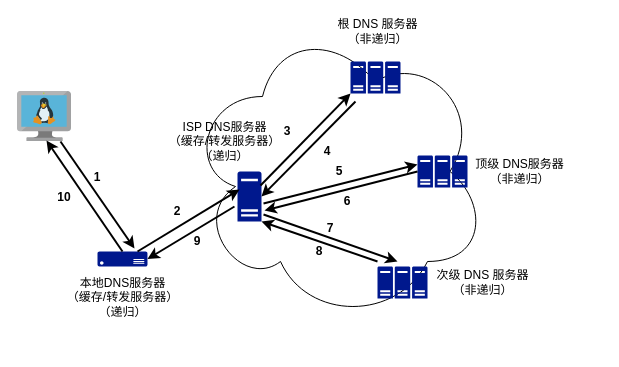
Before: dnssearch.drawio in ctimbai/draw.io, a draw.io diagram. Source tidied: cells renumbered, new cells numbered last; positions are measured from the earlier drawing's top-left corner, leaving out a move shared by most shapes. Both pictures are drawn from the tidied source at 100%, with x=0, y=0 at pixel (17, 21).
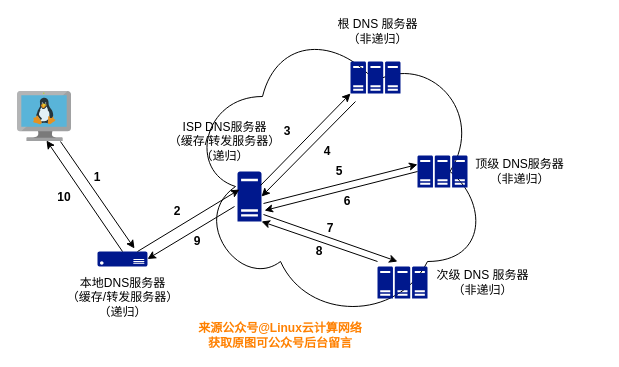
After the change.

The change refers to these unchanged cells:
```xml
<mxCell id="3" style="html=1;points=[];align=center;image;fontSize=12;image=img/lib/mscae/VM_Linux.svg;" parent="1" vertex="1">
  <mxGeometry y="70" width="54" height="50" as="geometry" />
</mxCell>
<mxCell id="4" style="shadow=0;dashed=0;html=1;strokeColor=none;labelPosition=center;verticalLabelPosition=bottom;verticalAlign=top;align=center;fillColor=#00188D;shape=mxgraph.mscae.enterprise.server_generic;" parent="1" vertex="1">
  <mxGeometry x="220" y="150" width="24" height="50" as="geometry" />
</mxCell>
<mxCell id="5" style="shadow=0;dashed=0;html=1;strokeColor=none;labelPosition=center;verticalLabelPosition=bottom;verticalAlign=top;align=center;fillColor=#00188D;shape=mxgraph.azure.server;" parent="1" vertex="1">
  <mxGeometry x="80" y="230" width="50" height="15" as="geometry" />
</mxCell>
<mxCell id="6" style="shadow=0;dashed=0;html=1;strokeColor=none;labelPosition=center;verticalLabelPosition=bottom;verticalAlign=top;align=center;fillColor=#00188D;shape=mxgraph.mscae.enterprise.server_farm;" parent="1" vertex="1">
  <mxGeometry x="333" y="40" width="50" height="32" as="geometry" />
</mxCell>
<mxCell id="7" style="shadow=0;dashed=0;html=1;strokeColor=none;labelPosition=center;verticalLabelPosition=bottom;verticalAlign=top;align=center;fillColor=#00188D;shape=mxgraph.mscae.enterprise.server_farm;" parent="1" vertex="1">
  <mxGeometry x="400" y="134" width="50" height="32" as="geometry" />
</mxCell>
```

The edit, as a diff of the source:
```diff
@@
-    <mxCell id="9" style="endArrow=classic;html=1;exitX=0.796;exitY=1;exitDx=0;exitDy=0;exitPerimeter=0;entryX=0.74;entryY=-0.2;entryDx=0;entryDy=0;entryPerimeter=0;strokeWidth=2;" parent="1" edge="1" source="3" target="5">
+    <mxCell id="9" style="endArrow=classic;html=1;exitX=0.796;exitY=1;exitDx=0;exitDy=0;exitPerimeter=0;entryX=0.74;entryY=-0.2;entryDx=0;entryDy=0;entryPerimeter=0;strokeWidth=1;" parent="1" edge="1" source="3" target="5">
       <mxGeometry relative="1" as="geometry" />
     </mxCell>
-    <mxCell id="10" style="endArrow=classic;html=1;entryX=0.083;entryY=0.36;entryDx=0;entryDy=0;entryPerimeter=0;strokeWidth=2;" parent="1" edge="1" target="4">
+    <mxCell id="10" style="endArrow=classic;html=1;entryX=0.083;entryY=0.36;entryDx=0;entryDy=0;entryPerimeter=0;strokeWidth=1;" parent="1" edge="1" target="4">
       <mxGeometry relative="1" as="geometry">
         <mxPoint x="120" y="230" as="sourcePoint" />
       </mxGeometry>
     </mxCell>
-    <mxCell id="11" style="endArrow=classic;html=1;exitX=0.958;exitY=0.28;exitDx=0;exitDy=0;exitPerimeter=0;entryX=0;entryY=1;entryDx=0;entryDy=0;entryPerimeter=0;strokeWidth=2;" parent="1" edge="1" source="4" target="6">
+    <mxCell id="11" style="endArrow=classic;html=1;exitX=0.958;exitY=0.28;exitDx=0;exitDy=0;exitPerimeter=0;entryX=0;entryY=1;entryDx=0;entryDy=0;entryPerimeter=0;strokeWidth=1;" parent="1" edge="1" source="4" target="6">
       <mxGeometry relative="1" as="geometry" />
     </mxCell>
-    <mxCell id="12" style="endArrow=classic;html=1;entryX=1;entryY=0.5;entryDx=0;entryDy=0;entryPerimeter=0;strokeWidth=2;" parent="1" edge="1" target="4">
+    <mxCell id="12" style="endArrow=classic;html=1;entryX=1;entryY=0.5;entryDx=0;entryDy=0;entryPerimeter=0;strokeWidth=1;" parent="1" edge="1" target="4">
       <mxGeometry relative="1" as="geometry">
         <mxPoint x="338" y="80" as="sourcePoint" />
       </mxGeometry>
     </mxCell>
-    <mxCell id="13" style="endArrow=classic;html=1;exitX=1.083;exitY=0.64;exitDx=0;exitDy=0;exitPerimeter=0;entryX=0;entryY=0.281;entryDx=0;entryDy=0;entryPerimeter=0;strokeWidth=2;" parent="1" edge="1" source="4" target="7">
+    <mxCell id="13" style="endArrow=classic;html=1;exitX=1.083;exitY=0.64;exitDx=0;exitDy=0;exitPerimeter=0;entryX=0;entryY=0.281;entryDx=0;entryDy=0;entryPerimeter=0;strokeWidth=1;" parent="1" edge="1" source="4" target="7">
       <mxGeometry relative="1" as="geometry" />
     </mxCell>
-    <mxCell id="14" style="endArrow=classic;html=1;entryX=1.125;entryY=0.84;entryDx=0;entryDy=0;entryPerimeter=0;strokeWidth=2;" parent="1" edge="1">
+    <mxCell id="14" style="endArrow=classic;html=1;entryX=1.125;entryY=0.84;entryDx=0;entryDy=0;entryPerimeter=0;strokeWidth=1;" parent="1" edge="1">
       <mxGeometry relative="1" as="geometry">
         <mxPoint x="400" y="150" as="sourcePoint" />
         <mxPoint x="247" y="189" as="targetPoint" />
       </mxGeometry>
     </mxCell>
-    <mxCell id="15" style="endArrow=classic;html=1;exitX=1.083;exitY=0.8;exitDx=0;exitDy=0;exitPerimeter=0;strokeWidth=2;" parent="1" edge="1">
+    <mxCell id="15" style="endArrow=classic;html=1;exitX=1.083;exitY=0.8;exitDx=0;exitDy=0;exitPerimeter=0;strokeWidth=1;" parent="1" edge="1">
       <mxGeometry relative="1" as="geometry">
         <mxPoint x="246" y="193" as="sourcePoint" />
         <mxPoint x="380" y="240" as="targetPoint" />
       </mxGeometry>
     </mxCell>
-    <mxCell id="16" style="endArrow=classic;html=1;entryX=1;entryY=1;entryDx=0;entryDy=0;entryPerimeter=0;strokeWidth=2;" parent="1" edge="1" target="4">
+    <mxCell id="16" style="endArrow=classic;html=1;entryX=1;entryY=1;entryDx=0;entryDy=0;entryPerimeter=0;strokeWidth=1;" parent="1" edge="1" target="4">
       <mxGeometry relative="1" as="geometry">
         <mxPoint x="360" y="240" as="sourcePoint" />
       </mxGeometry>
     </mxCell>
-    <mxCell id="17" style="endArrow=classic;html=1;exitX=-0.125;exitY=0.7;exitDx=0;exitDy=0;exitPerimeter=0;entryX=1;entryY=0.5;entryDx=0;entryDy=0;entryPerimeter=0;strokeWidth=2;" parent="1" edge="1" source="4" target="5">
+    <mxCell id="17" style="endArrow=classic;html=1;exitX=-0.125;exitY=0.7;exitDx=0;exitDy=0;exitPerimeter=0;entryX=1;entryY=0.5;entryDx=0;entryDy=0;entryPerimeter=0;strokeWidth=1;" parent="1" edge="1" source="4" target="5">
       <mxGeometry relative="1" as="geometry" />
     </mxCell>
-    <mxCell id="18" style="endArrow=classic;html=1;entryX=0.537;entryY=0.98;entryDx=0;entryDy=0;entryPerimeter=0;exitX=0.5;exitY=0;exitDx=0;exitDy=0;exitPerimeter=0;strokeWidth=2;" parent="1" edge="1" source="5" target="3">
+    <mxCell id="18" style="endArrow=classic;html=1;entryX=0.537;entryY=0.98;entryDx=0;entryDy=0;entryPerimeter=0;exitX=0.5;exitY=0;exitDx=0;exitDy=0;exitPerimeter=0;strokeWidth=1;" parent="1" edge="1" source="5" target="3">
       <mxGeometry relative="1" as="geometry" />
     </mxCell>
@@
+    <mxCell id="34" value="&lt;b&gt;&lt;font color=&quot;#ff8000&quot;&gt;来源公众号@Linux云计算网络&lt;br&gt;获取原图可公众号后台留言&lt;/font&gt;&lt;/b&gt;" style="text;html=1;strokeColor=none;fillColor=none;align=center;verticalAlign=middle;whiteSpace=wrap;rounded=0;" parent="1" vertex="1">
+      <mxGeometry x="168" y="304" width="190" height="20" as="geometry" />
+    </mxCell>
```
